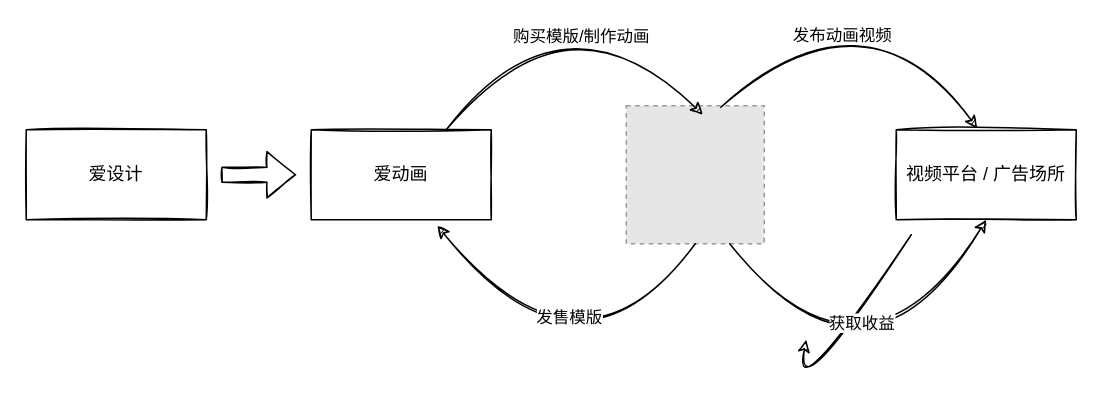
Before: aidonghua3 Diagram.drawio in chankamlam/demo, a draw.io diagram. Source tidied: cells renumbered, new cells numbered last; positions are measured from the earlier drawing's top-left corner, leaving out a move shared by most shapes. Both pictures are drawn from the tidied source at 150%, with x=0, y=0 at pixel (26, -21). Pictures stored in the file or linked from it are replaced by grey dashed boxes.
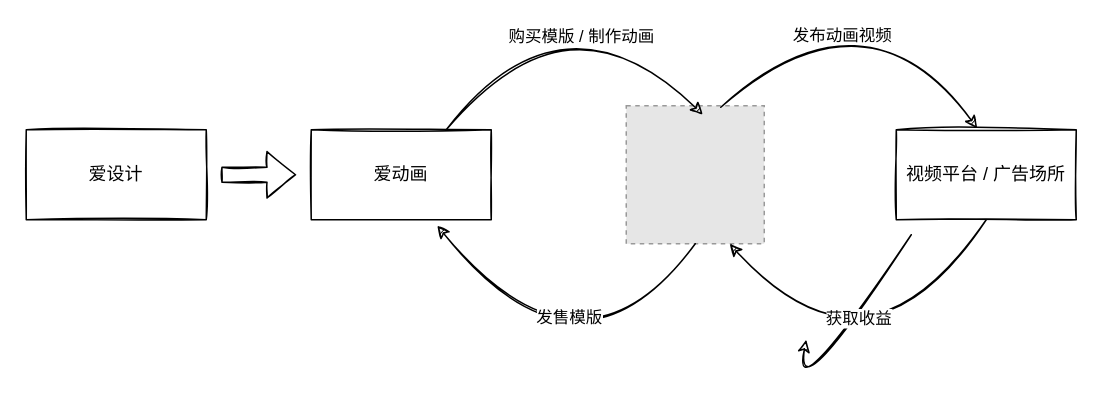
The same diagram, later.

The change refers to these unchanged cells:
```xml
<mxCell id="2" value="视频平台 / 广告场所" style="rounded=0;whiteSpace=wrap;html=1;sketch=1;" parent="1" vertex="1">
  <mxGeometry x="580" y="100" width="120" height="60" as="geometry" />
</mxCell>
<mxCell id="5" style="fillColor=#E6E6E6;strokeColor=#999999;dashed=1;verticalLabelPosition=bottom;labelBackgroundColor=default;verticalAlign=top;" parent="1" vertex="1">
  <mxGeometry x="400" y="84" width="92" height="92" as="geometry" />
</mxCell>
<mxCell id="6" style="endArrow=classic;html=1;rounded=0;sketch=1;curved=1;exitX=0.75;exitY=0;exitDx=0;exitDy=0;entryX=0.5;entryY=0;entryDx=0;entryDy=0;" parent="1" edge="1" source="4">
  <mxGeometry relative="1" as="geometry">
    <mxPoint x="451" y="90" as="targetPoint" />
    <Array as="points">
      <mxPoint x="361" />
    </Array>
  </mxGeometry>
</mxCell>
```

Diff of the diagram source:
```diff
@@
-    <mxCell id="7" value="购买模版/制作动画" style="edgeLabel;html=1;align=center;verticalAlign=middle;" parent="6" vertex="1">
+    <mxCell id="7" value="购买模版 / 制作动画" style="edgeLabel;html=1;align=center;verticalAlign=middle;" parent="6" vertex="1">
       <mxGeometry x="0.21" y="-28" relative="1" as="geometry">
         <mxPoint x="10" y="-1" as="offset" />
       </mxGeometry>
     </mxCell>
@@
-    <mxCell id="12" style="endArrow=classic;html=1;rounded=0;sketch=1;curved=1;exitX=0.75;exitY=1;exitDx=0;exitDy=0;entryX=0.5;entryY=1;entryDx=0;entryDy=0;" parent="1" edge="1" source="5" target="2">
-      <mxGeometry relative="1" as="geometry">
-        <Array as="points">
-          <mxPoint x="560" y="290" />
-        </Array>
-      </mxGeometry>
-    </mxCell>
-    <mxCell id="13" value="获取收益" style="edgeLabel;html=1;align=center;verticalAlign=middle;" parent="12" vertex="1">
-      <mxGeometry x="0.32" y="35" relative="1" as="geometry" />
-    </mxCell>
@@
+    <mxCell id="16" style="endArrow=classic;html=1;rounded=0;sketch=1;curved=1;exitX=0.5;exitY=1;exitDx=0;exitDy=0;entryX=0.75;entryY=1;entryDx=0;entryDy=0;" parent="1" edge="1" source="2" target="5">
+      <mxGeometry relative="1" as="geometry">
+        <Array as="points">
+          <mxPoint x="560" y="280" />
+        </Array>
+      </mxGeometry>
+    </mxCell>
+    <mxCell id="13" value="获取收益" style="edgeLabel;html=1;align=center;verticalAlign=middle;" parent="16" vertex="1">
+      <mxGeometry x="0.34" y="-32" relative="1" as="geometry" />
+    </mxCell>
```
